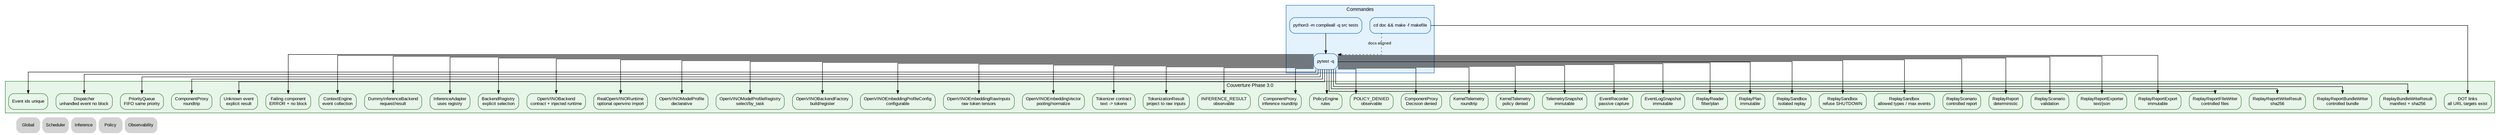
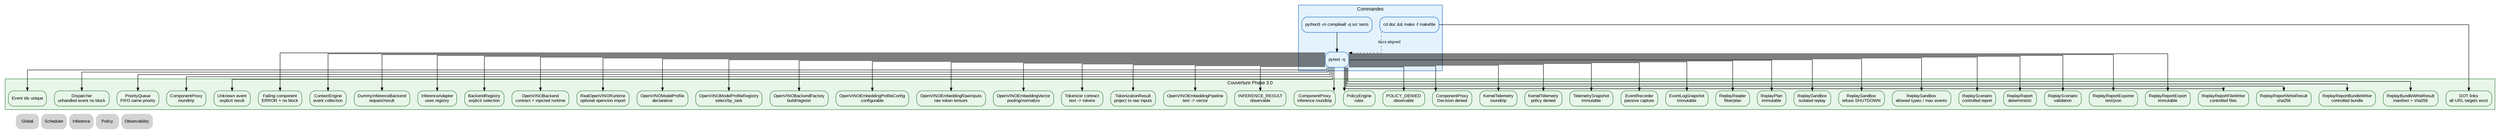
digraph Tests {
    rankdir=TB;
    splines=ortho;

    graph [fontname="Arial", fontsize=11];
    node [shape=box, style="rounded,filled", fontname="Arial", fontsize=10];
    edge [fontname="Arial", fontsize=9, arrowsize=0.7];

    // ROADMAP_NOTE[phase2_9]:
    // Ajout des tests RealOpenVINORuntime avec faux module openvino injecté.
    // Ces tests valident l'import isolé, les entrées brutes, le cache de modèle
    // compilé et l'absence de modèle/tokenizer imposé.

    // ROADMAP_NOTE[phase3_0]:
    // Ajout des tests OpenVINOModelProfile et OpenVINOModelProfileRegistry pour
    // préparer plusieurs modèles sans fallback implicite.

    // ROADMAP_NOTE[phase3_1]:
    // Ajout des tests OpenVINOBackendFactory pour construire et enregistrer un
    // backend depuis un profil explicite sans importer openvino.

    // ROADMAP_NOTE[phase3_2]:
    // Ajout des tests OpenVINOEmbeddingProfileConfig pour déclarer un profil
    // embedding configurable sans modèle local imposé.

    // ROADMAP_NOTE[phase3_3]:
    // Ajout des tests OpenVINOEmbeddingRawInputs et
    // OpenVINOEmbeddingOutputAdapter pour valider tokens bruts, pooling,
    // normalisation et vecteur stable sans tokenizer ni Qdrant.

    // ROADMAP_NOTE[phase3_4]:
    // Ajout des tests TokenizerConfig, TokenizationRequest,
    // TokenizationResult et TokenizerRegistry pour préparer texte -> tokens
    // sans dépendance externe imposée.

    subgraph cluster_commands {
        label="Commandes";
        color="#1565c0";
        bgcolor="#e3f2fd";
        node [fillcolor="#e3f2fd", color="#1565c0"];
        Compile [label="python3 -m compileall -q src tests"];
        Pytest [label="pytest -q"];
        Dot [label="cd doc && make -f makefile"];
    }

    subgraph cluster_coverage {
        label="Couverture Phase 3.0";
        color="#2e7d32";
        bgcolor="#e8f5e9";
        node [fillcolor="#e8f5e9", color="#2e7d32"];
        EventIds [label="Event ids unique"];
        Dispatcher [label="Dispatcher\nunhandled event no block"];
        Queue [label="PriorityQueue\nFIFO same priority"];
        Proxy [label="ComponentProxy\nroundtrip"];
        Unknown [label="Unknown event\nexplicit result"];
        Failure [label="Failing component\nERROR + no block"];
        Context [label="ContextEngine\nevent collection"];
        Inference [label="DummyInferenceBackend\nrequest/result"];
        InferenceAdapter [label="InferenceAdapter\nuses registry"];
        BackendRegistry [label="BackendRegistry\nexplicit selection"];
        OpenVINOContract [label="OpenVINOBackend\ncontract + injected runtime", URL="../inference/41_openvino_backend.svg"];
        OpenVINORuntime [label="RealOpenVINORuntime\noptional openvino import", URL="../inference/42_openvino_runtime.svg"];
        OpenVINOProfile [label="OpenVINOModelProfile\ndeclarative", URL="../inference/43_openvino_profiles.svg"];
        OpenVINOProfileRegistry [label="OpenVINOModelProfileRegistry\nselect/by_task", URL="../inference/43_openvino_profiles.svg"];
        OpenVINOBackendFactory [label="OpenVINOBackendFactory\nbuild/register", URL="../inference/43_openvino_profiles.svg"];
        OpenVINOEmbeddingProfile [label="OpenVINOEmbeddingProfileConfig\nconfigurable", URL="../inference/44_openvino_embedding_profile.svg"];
        OpenVINOEmbeddingRaw [label="OpenVINOEmbeddingRawInputs\nraw token tensors", URL="../inference/45_openvino_embedding_raw.svg"];
        OpenVINOEmbeddingVector [label="OpenVINOEmbeddingVector\npooling/normalize", URL="../inference/45_openvino_embedding_raw.svg"];
        TokenizerContract [label="Tokenizer contract\ntext -> tokens", URL="../inference/46_tokenizer_contract.svg"];
        TokenizationResult [label="TokenizationResult\nproject to raw inputs", URL="../inference/46_tokenizer_contract.svg"];
+         OpenVINOEmbeddingPipeline [label="OpenVINOEmbeddingPipeline\ntext -> vector", URL="../inference/47_openvino_embedding_pipeline.svg"];
        InferenceObs [label="INFERENCE_RESULT\nobservable"];
        InferenceProxy [label="ComponentProxy\ninference roundtrip"];
        PolicyRules [label="PolicyEngine\nrules"];
        PolicyDenied [label="POLICY_DENIED\nobservable"];
        PolicyProxy [label="ComponentProxy\nDecision denied"];
        TelemetryRoundtrip [label="KernelTelemetry\nroundtrip"];
        TelemetryDenied [label="KernelTelemetry\npolicy denied"];
        TelemetrySnapshot [label="TelemetrySnapshot\nimmutable"];
        EventRecorder [label="EventRecorder\npassive capture"];
        EventLogSnapshot [label="EventLogSnapshot\nimmutable"];
        ReplayReader [label="ReplayReader\nfilter/plan"];
        ReplayPlan [label="ReplayPlan\nimmutable"];
        ReplaySandbox [label="ReplaySandbox\nisolated replay"];
        ReplaySandboxDenied [label="ReplaySandbox\nrefuse SHUTDOWN"];
        ReplaySandboxLimits [label="ReplaySandbox\nallowed types / max events"];
        ReplayScenario [label="ReplayScenario\ncontrolled report"];
        ReplayReport [label="ReplayReport\ndeterministic"];
        ReplayScenarioValidation [label="ReplayScenario\nvalidation"];
        ReplayReportExporter [label="ReplayReportExporter\ntext/json"];
        ReplayReportExport [label="ReplayReportExport\nimmutable"];
        ReplayReportFileWriter [label="ReplayReportFileWriter\ncontrolled files"];
        ReplayReportWriteResult [label="ReplayReportWriteResult\nsha256"];
        ReplayReportBundleWriter [label="ReplayReportBundleWriter\ncontrolled bundle"];
        ReplayBundleWriteResult [label="ReplayBundleWriteResult\nmanifest + sha256"];
        DotLinks [label="DOT links\nall URL targets exist"];
    }

    Compile -> Pytest;
    Pytest -> EventIds;
    Pytest -> Dispatcher;
    Pytest -> Queue;
    Pytest -> Proxy;
    Pytest -> Unknown;
    Pytest -> Failure;
    Pytest -> Context;
    Pytest -> Inference;
    Pytest -> InferenceAdapter;
    Pytest -> BackendRegistry;
    Pytest -> OpenVINOContract;
    Pytest -> OpenVINORuntime;
    Pytest -> OpenVINOProfile;
    Pytest -> OpenVINOProfileRegistry;
    Pytest -> OpenVINOBackendFactory;
    Pytest -> OpenVINOEmbeddingProfile;
    Pytest -> OpenVINOEmbeddingRaw;
    Pytest -> OpenVINOEmbeddingVector;
    Pytest -> TokenizerContract;
    Pytest -> TokenizationResult;
+     Pytest -> OpenVINOEmbeddingPipeline;
    Pytest -> InferenceObs;
    Pytest -> InferenceProxy;
    Pytest -> PolicyRules;
    Pytest -> PolicyDenied;
    Pytest -> PolicyProxy;
    Pytest -> TelemetryRoundtrip;
    Pytest -> TelemetryDenied;
    Pytest -> TelemetrySnapshot;
    Pytest -> EventRecorder;
    Pytest -> EventLogSnapshot;
    Pytest -> ReplayReader;
    Pytest -> ReplayPlan;
    Pytest -> ReplaySandbox;
    Pytest -> ReplaySandboxDenied;
    Pytest -> ReplaySandboxLimits;
    Pytest -> ReplayScenario;
    Pytest -> ReplayReport;
    Pytest -> ReplayScenarioValidation;
    Pytest -> ReplayReportExporter;
    Pytest -> ReplayReportExport;
    Pytest -> ReplayReportFileWriter;
    Pytest -> ReplayReportWriteResult;
    Pytest -> ReplayReportBundleWriter;
    Pytest -> ReplayBundleWriteResult;
    Dot -> DotLinks;
    Dot -> Pytest [style=dotted, label="docs aligned"];

    Nav_Global [label="Global", shape=plaintext, URL="../00_global.svg"];
    Nav_Scheduler [label="Scheduler", shape=plaintext, URL="../scheduler/10_scheduler.svg"];
    Nav_Inference [label="Inference", shape=plaintext, URL="../inference/40_inference.svg"];
    Nav_Policy [label="Policy", shape=plaintext, URL="../00_global.svg"];
    Nav_Observability [label="Observability", shape=plaintext, URL="../observability/70_observability.svg"];

    { rank=sink; Nav_Global; Nav_Scheduler; Nav_Inference; Nav_Policy; Nav_Observability; }
}
